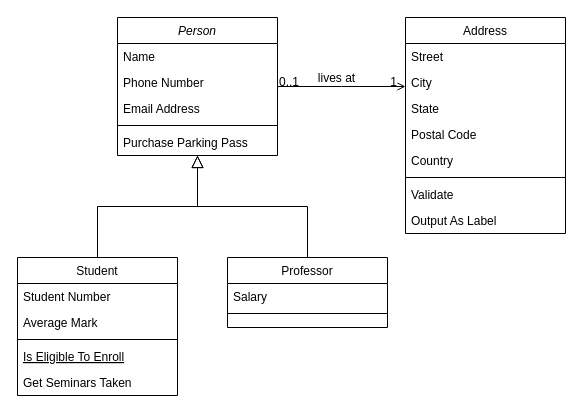
Earlier version of the draw.io diagram ERD_Test.drawio (jiyeonnnny/Today_I_Learned_2). Source tidied: cells renumbered, new cells numbered last; positions are measured from the earlier drawing's top-left corner, leaving out a move shared by most shapes. Both pictures are drawn from the tidied source at 100%, with x=0, y=0 at pixel (17, 17).
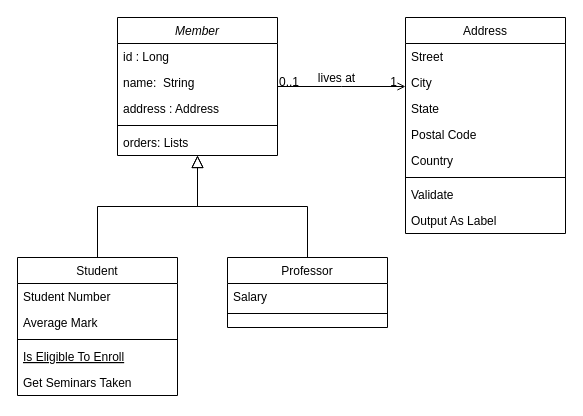
Above is the later version.

Change to the diagram source:
```diff
@@
-    <mxCell id="2" value="Person" style="swimlane;fontStyle=2;align=center;verticalAlign=top;horizontal=1;startSize=26;rounded=0;shadow=0;strokeWidth=1;" parent="1" vertex="1">
+    <mxCell id="2" value="Member" style="swimlane;fontStyle=2;align=center;verticalAlign=top;horizontal=1;startSize=26;rounded=0;shadow=0;strokeWidth=1;" parent="1" vertex="1">
       <mxGeometry x="100" width="160" height="138" as="geometry" />
     </mxCell>
-    <mxCell id="3" value="Name" style="text;align=left;verticalAlign=top;spacingLeft=4;spacingRight=4;overflow=hidden;" parent="2" vertex="1">
+    <mxCell id="3" value="id : Long" style="text;align=left;verticalAlign=top;spacingLeft=4;spacingRight=4;overflow=hidden;" parent="2" vertex="1">
       <mxGeometry y="26" width="160" height="26" as="geometry" />
     </mxCell>
-    <mxCell id="4" value="Phone Number" style="text;align=left;verticalAlign=top;spacingLeft=4;spacingRight=4;overflow=hidden;rounded=0;shadow=0;html=0;" parent="2" vertex="1">
+    <mxCell id="4" value="name:  String" style="text;align=left;verticalAlign=top;spacingLeft=4;spacingRight=4;overflow=hidden;rounded=0;shadow=0;html=0;" parent="2" vertex="1">
       <mxGeometry y="52" width="160" height="26" as="geometry" />
     </mxCell>
-    <mxCell id="5" value="Email Address" style="text;align=left;verticalAlign=top;spacingLeft=4;spacingRight=4;overflow=hidden;rounded=0;shadow=0;html=0;" parent="2" vertex="1">
+    <mxCell id="5" value="address : Address" style="text;align=left;verticalAlign=top;spacingLeft=4;spacingRight=4;overflow=hidden;rounded=0;shadow=0;html=0;" parent="2" vertex="1">
       <mxGeometry y="78" width="160" height="26" as="geometry" />
     </mxCell>
@@
-    <mxCell id="7" value="Purchase Parking Pass" style="text;align=left;verticalAlign=top;spacingLeft=4;spacingRight=4;overflow=hidden;" parent="2" vertex="1">
+    <mxCell id="7" value="orders: Lists" style="text;align=left;verticalAlign=top;spacingLeft=4;spacingRight=4;overflow=hidden;" parent="2" vertex="1">
       <mxGeometry y="112" width="160" height="26" as="geometry" />
     </mxCell>
```
